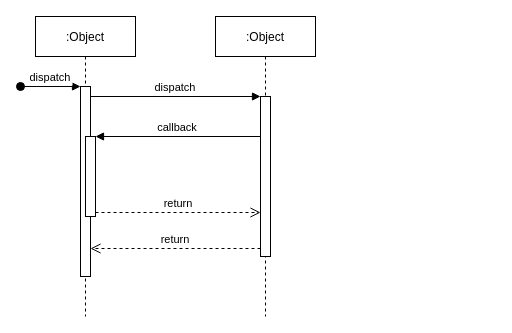
Earlier version of the draw.io diagram seq/Untitled Diagram.drawio (phanvha/DATN_Diagrams). Source tidied: cells renumbered, new cells numbered last; positions are measured from the earlier drawing's top-left corner, leaving out a move shared by most shapes. Both pictures are drawn from the tidied source at 100%, with x=0, y=0 at pixel (20, 16).
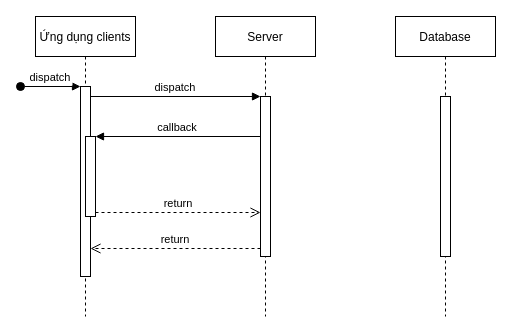
The same diagram, later.

Change to the diagram source:
```diff
@@
 <mxGraphModel>
   <root>
     <mxCell id="0" />
     <mxCell id="1" parent="0" />
-    <mxCell id="2" value=":Object" style="shape=umlLifeline;perimeter=lifelinePerimeter;rounded=0;shadow=0;strokeWidth=1;" parent="1" vertex="1">
+    <mxCell id="2" value="Ứng dụng clients" style="shape=umlLifeline;perimeter=lifelinePerimeter;rounded=0;shadow=0;strokeWidth=1;" parent="1" vertex="1">
       <mxGeometry x="15" width="100" height="300" as="geometry" />
     </mxCell>
     <mxCell id="3" style="points=[];perimeter=orthogonalPerimeter;rounded=0;shadow=0;strokeWidth=1;" parent="2" vertex="1">
       <mxGeometry x="45" y="70" width="10" height="190" as="geometry" />
     </mxCell>
     <mxCell id="4" value="dispatch" style="verticalAlign=bottom;startArrow=oval;endArrow=block;startSize=8;shadow=0;strokeWidth=1;" parent="2" edge="1" target="3">
       <mxGeometry relative="1" as="geometry">
         <mxPoint x="-15" y="70" as="sourcePoint" />
       </mxGeometry>
     </mxCell>
     <mxCell id="5" style="points=[];perimeter=orthogonalPerimeter;rounded=0;shadow=0;strokeWidth=1;" parent="2" vertex="1">
       <mxGeometry x="50" y="120" width="10" height="80" as="geometry" />
     </mxCell>
-    <mxCell id="6" value=":Object" style="shape=umlLifeline;perimeter=lifelinePerimeter;rounded=0;shadow=0;strokeWidth=1;" parent="1" vertex="1">
+    <mxCell id="6" value="Server" style="shape=umlLifeline;perimeter=lifelinePerimeter;rounded=0;shadow=0;strokeWidth=1;" parent="1" vertex="1">
       <mxGeometry x="195" width="100" height="300" as="geometry" />
     </mxCell>
     <mxCell id="7" style="points=[];perimeter=orthogonalPerimeter;rounded=0;shadow=0;strokeWidth=1;" parent="6" vertex="1">
       <mxGeometry x="45" y="80" width="10" height="160" as="geometry" />
     </mxCell>
     <mxCell id="8" value="return" style="verticalAlign=bottom;endArrow=open;dashed=1;endSize=8;exitX=0;exitY=0.95;shadow=0;strokeWidth=1;" parent="1" edge="1" source="7" target="3">
       <mxGeometry relative="1" as="geometry" />
     </mxCell>
     <mxCell id="9" value="dispatch" style="verticalAlign=bottom;endArrow=block;entryX=0;entryY=0;shadow=0;strokeWidth=1;" parent="1" edge="1" source="3" target="7">
       <mxGeometry relative="1" as="geometry" />
     </mxCell>
     <mxCell id="10" value="callback" style="verticalAlign=bottom;endArrow=block;entryX=1;entryY=0;shadow=0;strokeWidth=1;" parent="1" edge="1" source="7" target="5">
       <mxGeometry relative="1" as="geometry" />
     </mxCell>
     <mxCell id="11" value="return" style="verticalAlign=bottom;endArrow=open;dashed=1;endSize=8;exitX=1;exitY=0.95;shadow=0;strokeWidth=1;" parent="1" edge="1" source="5" target="7">
       <mxGeometry relative="1" as="geometry" />
     </mxCell>
+    <mxCell id="12" value="Database" style="shape=umlLifeline;perimeter=lifelinePerimeter;rounded=0;shadow=0;strokeWidth=1;" parent="1" vertex="1">
+      <mxGeometry x="375" width="100" height="300" as="geometry" />
+    </mxCell>
+    <mxCell id="13" style="perimeter=orthogonalPerimeter;rounded=0;shadow=0;strokeWidth=1;" parent="12" vertex="1">
+      <mxGeometry x="45" y="80" width="10" height="160" as="geometry" />
+    </mxCell>
   </root>
 </mxGraphModel>
```
